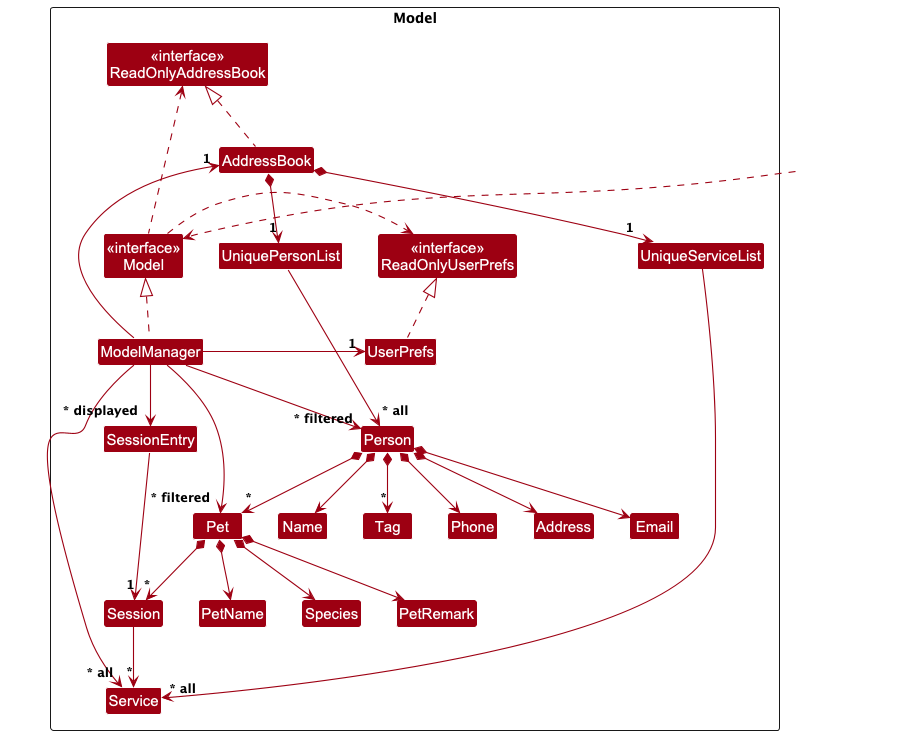
nitsujeel/tp keeps this PlantUML diagram as docs/images/ModelClassDiagram.png. Above is the earlier version.
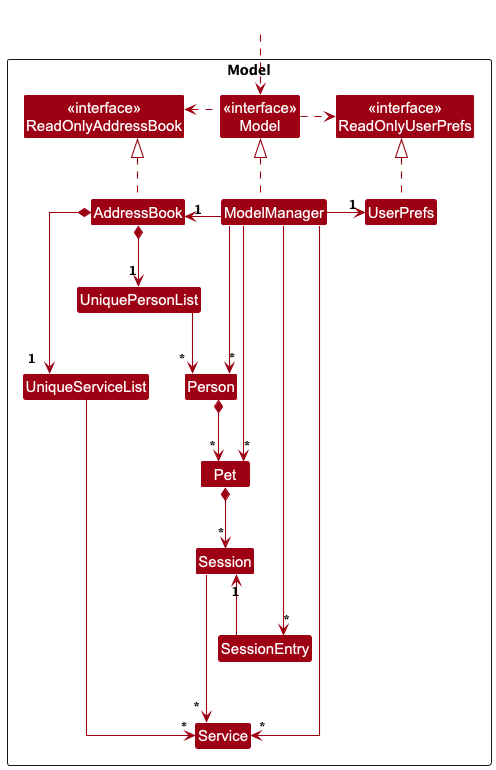
The same file after the commit.

Commit message:
Make ModelClassDiagram simpler

The edit, as a diff of the source:
```diff
@@ -1,10 +1,12 @@
 @startuml
 !include style.puml
+skinparam linetype ortho
+skinparam sequenceMessageAlign right
 skinparam arrowThickness 1.1
 skinparam arrowColor MODEL_COLOR
 skinparam classBackgroundColor MODEL_COLOR
 
-Package Model as ModelPackage <<Rectangle>>{
+Package Model as ModelPackage <<Rectangle>> {
 Class "<<interface>>\nReadOnlyAddressBook" as ReadOnlyAddressBook
 Class "<<interface>>\nReadOnlyUserPrefs" as ReadOnlyUserPrefs
 Class "<<interface>>\nModel" as Model
@@ -16,62 +18,41 @@
 Class UniqueServiceList
 Class Person
 Class Pet
-Class PetName
-Class Species
-Class PetRemark
 Class Session
 Class SessionEntry
 Class Service
-Class Address
-Class Email
-Class Name
-Class Phone
-Class Tag
-
-Class I #FFFFFF
 }
 
 Class HiddenOutside #FFFFFF
 HiddenOutside ..> Model
 
 AddressBook .up.|> ReadOnlyAddressBook
+ModelManager .up.|> Model
+UserPrefs .up.|> ReadOnlyUserPrefs
 
-ModelManager .up.|> Model
+Model .left.> ReadOnlyAddressBook
 Model .right.> ReadOnlyUserPrefs
-Model .left.> ReadOnlyAddressBook
 ModelManager -left-> "1" AddressBook
 ModelManager -right-> "1" UserPrefs
-UserPrefs .up.|> ReadOnlyUserPrefs
 
 AddressBook *--> "1" UniquePersonList
-AddressBook *--> "1" UniqueServiceList
-UniquePersonList --> "~* all" Person
-UniqueServiceList --> "~* all" Service
-Person *--> Name
-Person *--> Phone
-Person *--> Email
-Person *--> Address
-Person *--> "*" Tag
-Person *--> "*" Pet
-Pet *--> PetName
-Pet *--> Species
-Pet *--> PetRemark
-Pet *--> "*" Session
-Session --> "*" Service
+AddressBook *-down-> "1" UniqueServiceList
+UniquePersonList -down-> "~*" Person
+UniqueServiceList -down-> "~*" Service
 
-Person -[hidden]up--> I
-UniquePersonList -[hidden]right-> I
-UniqueServiceList -[hidden]left-> I
+Person *-down-> "*" Pet
+Pet *-down-> "*" Session
+Session -down-> "*" Service
 
-Name -[hidden]right-> Phone
-Phone -[hidden]right-> Address
-Address -[hidden]right-> Email
-PetName -[hidden]right-> Species
-Species -[hidden]right-> PetRemark
+ModelManager -down-> "~*"Person
+ModelManager -down-> "~*"Service
+ModelManager -down-> "~*"Pet
+ModelManager -down-> "~*"SessionEntry
+SessionEntry -up-> "1" Session
 
-ModelManager --> "~* filtered" Person
-ModelManager --> "~* all" Service
-ModelManager --> "~* filtered" Pet
-ModelManager --> "~* displayed" SessionEntry
-SessionEntry --> "1" Session
+ReadOnlyAddressBook -[hidden]right-> Model
+AddressBook -[hidden]right-> ModelManager
+SessionEntry -[hidden]down-> Service
+
+
 @enduml
```
